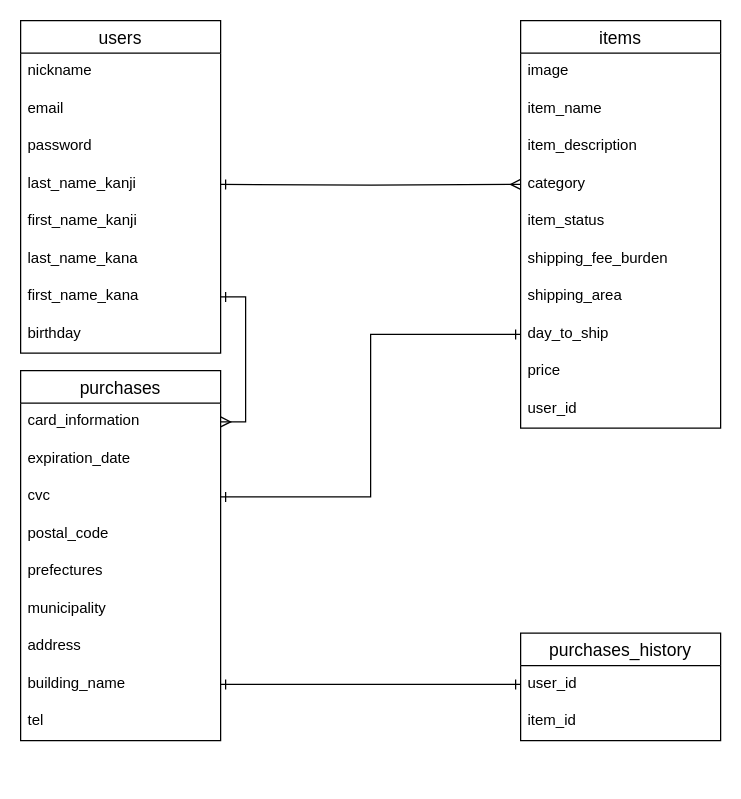
The draw.io diagram ER.dio in doshara1280/furima-34972, before the edit. Source tidied: cells renumbered, new cells numbered last; positions are measured from the earlier drawing's top-left corner, leaving out a move shared by most shapes. Both pictures are drawn from the tidied source at 125%, with x=0, y=0 at pixel (20, 20).
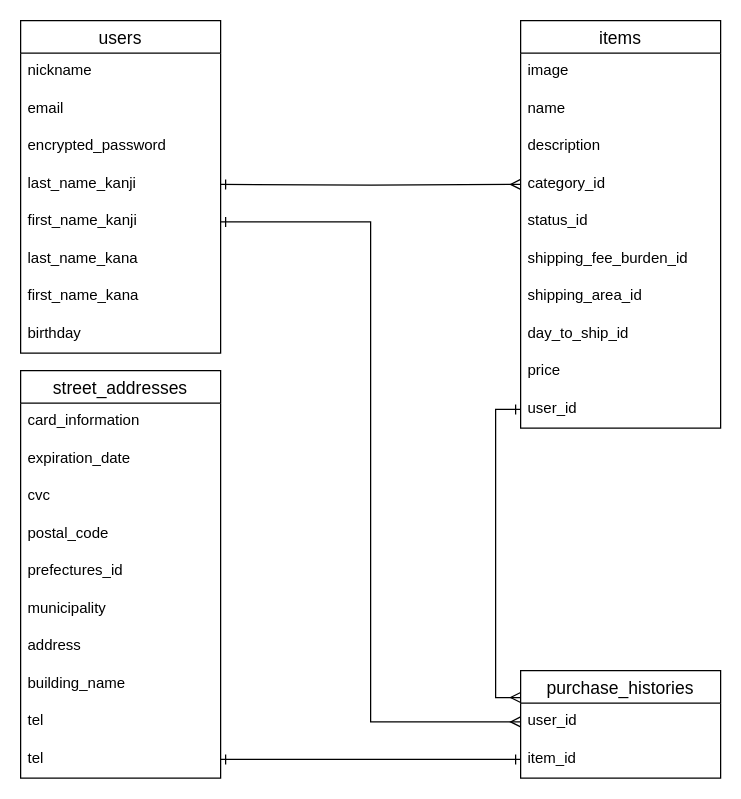
The same page after the edit.

Unchanged cells that the change refers to:
```xml
<mxCell id="2" value="users" style="swimlane;fontStyle=0;horizontal=1;startSize=26;align=center;fontSize=14;" parent="1" vertex="1">
  <mxGeometry width="160" height="266" as="geometry" />
</mxCell>
<mxCell id="7" value="first_name_kanji" style="text;strokeColor=none;fillColor=none;spacingLeft=4;spacingRight=4;overflow=hidden;points=[[0,0.5],[1,0.5]];portConstraint=eastwest;fontSize=12;" parent="2" vertex="1">
  <mxGeometry y="146" width="160" height="30" as="geometry" />
</mxCell>
<mxCell id="9" value="first_name_kana" style="text;strokeColor=none;fillColor=none;spacingLeft=4;spacingRight=4;overflow=hidden;points=[[0,0.5],[1,0.5]];portConstraint=eastwest;fontSize=12;" parent="2" vertex="1">
  <mxGeometry y="206" width="160" height="30" as="geometry" />
</mxCell>
<mxCell id="11" value="items" style="swimlane;fontStyle=0;horizontal=1;startSize=26;align=center;fontSize=14;" parent="1" vertex="1">
  <mxGeometry x="400" width="160" height="326" as="geometry" />
</mxCell>
<mxCell id="21" value="user_id" style="text;strokeColor=none;fillColor=none;spacingLeft=4;spacingRight=4;overflow=hidden;points=[[0,0.5],[1,0.5]];portConstraint=eastwest;fontSize=12;" parent="11" vertex="1">
  <mxGeometry y="296" width="160" height="30" as="geometry" />
</mxCell>
<mxCell id="23" value="card_information" style="text;strokeColor=none;fillColor=none;spacingLeft=4;spacingRight=4;overflow=hidden;points=[[0,0.5],[1,0.5]];portConstraint=eastwest;fontSize=12;" parent="22" vertex="1">
  <mxGeometry y="26" width="160" height="30" as="geometry" />
</mxCell>
<mxCell id="25" value="cvc" style="text;strokeColor=none;fillColor=none;spacingLeft=4;spacingRight=4;overflow=hidden;points=[[0,0.5],[1,0.5]];portConstraint=eastwest;fontSize=12;" parent="22" vertex="1">
  <mxGeometry y="86" width="160" height="30" as="geometry" />
</mxCell>
<mxCell id="30" value="building_name" style="text;strokeColor=none;fillColor=none;spacingLeft=4;spacingRight=4;overflow=hidden;points=[[0,0.5],[1,0.5]];portConstraint=eastwest;fontSize=12;" parent="22" vertex="1">
  <mxGeometry y="236" width="160" height="30" as="geometry" />
</mxCell>
<mxCell id="36" value="user_id" style="text;strokeColor=none;fillColor=none;spacingLeft=4;spacingRight=4;overflow=hidden;points=[[0,0.5],[1,0.5]];portConstraint=eastwest;fontSize=12;" parent="35" vertex="1">
  <mxGeometry y="26" width="160" height="30" as="geometry" />
</mxCell>
<mxCell id="37" value="item_id" style="text;strokeColor=none;fillColor=none;spacingLeft=4;spacingRight=4;overflow=hidden;points=[[0,0.5],[1,0.5]];portConstraint=eastwest;fontSize=12;" parent="35" vertex="1">
  <mxGeometry y="56" width="160" height="30" as="geometry" />
</mxCell>
```

Change to the diagram source:
```diff
@@
-    <mxCell id="5" value="password" style="text;strokeColor=none;fillColor=none;spacingLeft=4;spacingRight=4;overflow=hidden;fontSize=12;" parent="2" vertex="1">
+    <mxCell id="5" value="encrypted_password" style="text;strokeColor=none;fillColor=none;spacingLeft=4;spacingRight=4;overflow=hidden;fontSize=12;" parent="2" vertex="1">
       <mxGeometry y="86" width="160" height="30" as="geometry" />
     </mxCell>
@@
-    <mxCell id="13" value="item_name" style="text;strokeColor=none;fillColor=none;spacingLeft=4;spacingRight=4;overflow=hidden;fontSize=12;" parent="11" vertex="1">
+    <mxCell id="13" value="name" style="text;strokeColor=none;fillColor=none;spacingLeft=4;spacingRight=4;overflow=hidden;fontSize=12;" parent="11" vertex="1">
       <mxGeometry y="56" width="160" height="30" as="geometry" />
     </mxCell>
-    <mxCell id="14" value="item_description" style="text;strokeColor=none;fillColor=none;spacingLeft=4;spacingRight=4;overflow=hidden;fontSize=12;" parent="11" vertex="1">
+    <mxCell id="14" value="description" style="text;strokeColor=none;fillColor=none;spacingLeft=4;spacingRight=4;overflow=hidden;fontSize=12;" parent="11" vertex="1">
       <mxGeometry y="86" width="160" height="30" as="geometry" />
     </mxCell>
-    <mxCell id="15" value="category" style="text;strokeColor=none;fillColor=none;spacingLeft=4;spacingRight=4;overflow=hidden;points=[[0,0.5],[1,0.5]];portConstraint=eastwest;fontSize=12;" parent="11" vertex="1">
+    <mxCell id="15" value="category_id" style="text;strokeColor=none;fillColor=none;spacingLeft=4;spacingRight=4;overflow=hidden;points=[[0,0.5],[1,0.5]];portConstraint=eastwest;fontSize=12;" parent="11" vertex="1">
       <mxGeometry y="116" width="160" height="30" as="geometry" />
     </mxCell>
-    <mxCell id="16" value="item_status" style="text;strokeColor=none;fillColor=none;spacingLeft=4;spacingRight=4;overflow=hidden;fontSize=12;" parent="11" vertex="1">
+    <mxCell id="16" value="status_id" style="text;strokeColor=none;fillColor=none;spacingLeft=4;spacingRight=4;overflow=hidden;fontSize=12;" parent="11" vertex="1">
       <mxGeometry y="146" width="160" height="30" as="geometry" />
     </mxCell>
-    <mxCell id="17" value="shipping_fee_burden" style="text;strokeColor=none;fillColor=none;spacingLeft=4;spacingRight=4;overflow=hidden;fontSize=12;" parent="11" vertex="1">
+    <mxCell id="17" value="shipping_fee_burden_id" style="text;strokeColor=none;fillColor=none;spacingLeft=4;spacingRight=4;overflow=hidden;fontSize=12;" parent="11" vertex="1">
       <mxGeometry y="176" width="160" height="30" as="geometry" />
     </mxCell>
-    <mxCell id="18" value="shipping_area" style="text;strokeColor=none;fillColor=none;spacingLeft=4;spacingRight=4;overflow=hidden;fontSize=12;" parent="11" vertex="1">
+    <mxCell id="18" value="shipping_area_id" style="text;strokeColor=none;fillColor=none;spacingLeft=4;spacingRight=4;overflow=hidden;fontSize=12;" parent="11" vertex="1">
       <mxGeometry y="206" width="160" height="30" as="geometry" />
     </mxCell>
-    <mxCell id="19" value="day_to_ship" style="text;strokeColor=none;fillColor=none;spacingLeft=4;spacingRight=4;overflow=hidden;points=[[0,0.5],[1,0.5]];portConstraint=eastwest;fontSize=12;" parent="11" vertex="1">
+    <mxCell id="19" value="day_to_ship_id" style="text;strokeColor=none;fillColor=none;spacingLeft=4;spacingRight=4;overflow=hidden;points=[[0,0.5],[1,0.5]];portConstraint=eastwest;fontSize=12;" parent="11" vertex="1">
       <mxGeometry y="236" width="160" height="30" as="geometry" />
     </mxCell>
@@
-    <mxCell id="22" value="purchases" style="swimlane;fontStyle=0;horizontal=1;startSize=26;align=center;fontSize=14;" parent="1" vertex="1">
-      <mxGeometry y="280" width="160" height="296" as="geometry" />
+    <mxCell id="22" value="street_addresses" style="swimlane;fontStyle=0;horizontal=1;startSize=26;align=center;fontSize=14;" parent="1" vertex="1">
+      <mxGeometry y="280" width="160" height="326" as="geometry" />
     </mxCell>
@@
-    <mxCell id="27" value="prefectures" style="text;strokeColor=none;fillColor=none;spacingLeft=4;spacingRight=4;overflow=hidden;fontSize=12;" parent="22" vertex="1">
+    <mxCell id="27" value="prefectures_id" style="text;strokeColor=none;fillColor=none;spacingLeft=4;spacingRight=4;overflow=hidden;fontSize=12;" parent="22" vertex="1">
       <mxGeometry y="146" width="160" height="30" as="geometry" />
     </mxCell>
@@
+    <mxCell id="39" value="tel" style="text;strokeColor=none;fillColor=none;spacingLeft=4;spacingRight=4;overflow=hidden;fontSize=12;" parent="22" vertex="1">
+      <mxGeometry y="266" width="160" height="30" as="geometry" />
+    </mxCell>
     <mxCell id="31" value="tel" style="text;strokeColor=none;fillColor=none;spacingLeft=4;spacingRight=4;overflow=hidden;points=[[0,0.5],[1,0.5]];portConstraint=eastwest;fontSize=12;" parent="22" vertex="1">
-      <mxGeometry y="266" width="160" height="30" as="geometry" />
+      <mxGeometry y="296" width="160" height="30" as="geometry" />
     </mxCell>
@@
-    <mxCell id="33" style="edgeStyle=orthogonalEdgeStyle;rounded=0;jettySize=auto;html=1;exitX=1;exitY=0.5;exitDx=0;exitDy=0;entryX=1;entryY=0.5;entryDx=0;entryDy=0;startArrow=ERone;startFill=0;endArrow=ERmany;endFill=0;" parent="1" edge="1" source="9" target="23">
-      <mxGeometry relative="1" as="geometry" />
-    </mxCell>
-    <mxCell id="34" style="edgeStyle=orthogonalEdgeStyle;rounded=0;jettySize=auto;html=1;exitX=0;exitY=0.5;exitDx=0;exitDy=0;entryX=1;entryY=0.5;entryDx=0;entryDy=0;startArrow=ERone;startFill=0;endArrow=ERone;endFill=0;" parent="1" edge="1" source="19" target="25">
-      <mxGeometry relative="1" as="geometry" />
-    </mxCell>
-    <mxCell id="35" value="purchases_history" style="swimlane;fontStyle=0;horizontal=1;startSize=26;align=center;fontSize=14;" parent="1" vertex="1">
-      <mxGeometry x="400" y="490" width="160" height="86" as="geometry" />
+    <mxCell id="35" value="purchase_histories" style="swimlane;fontStyle=0;horizontal=1;startSize=26;align=center;fontSize=14;" parent="1" vertex="1">
+      <mxGeometry x="400" y="520" width="160" height="86" as="geometry" />
     </mxCell>
@@
-    <mxCell id="38" style="edgeStyle=orthogonalEdgeStyle;rounded=0;jettySize=auto;html=1;exitX=0;exitY=0.5;exitDx=0;exitDy=0;entryX=1;entryY=0.5;entryDx=0;entryDy=0;startArrow=ERone;startFill=0;endArrow=ERone;endFill=0;" parent="1" edge="1" source="36" target="30">
-      <mxGeometry relative="1" as="geometry" />
-    </mxCell>
+    <mxCell id="40" style="edgeStyle=orthogonalEdgeStyle;rounded=0;jettySize=auto;html=1;exitX=0;exitY=0.5;exitDx=0;exitDy=0;entryX=0;entryY=0.25;entryDx=0;entryDy=0;endArrow=ERmany;endFill=0;startArrow=ERone;startFill=0;" parent="1" edge="1" source="21" target="35">
+      <mxGeometry relative="1" as="geometry" />
+    </mxCell>
+    <mxCell id="41" style="edgeStyle=orthogonalEdgeStyle;rounded=0;jettySize=auto;html=1;exitX=1;exitY=0.5;exitDx=0;exitDy=0;entryX=0;entryY=0.5;entryDx=0;entryDy=0;startArrow=ERone;startFill=0;endArrow=ERmany;endFill=0;" parent="1" edge="1" source="7" target="36">
+      <mxGeometry relative="1" as="geometry" />
+    </mxCell>
+    <mxCell id="42" style="edgeStyle=orthogonalEdgeStyle;rounded=0;jettySize=auto;html=1;exitX=1;exitY=0.5;exitDx=0;exitDy=0;entryX=0;entryY=0.5;entryDx=0;entryDy=0;startArrow=ERone;startFill=0;endArrow=ERone;endFill=0;" parent="1" edge="1" source="31" target="37">
+      <mxGeometry relative="1" as="geometry" />
+    </mxCell>
```
